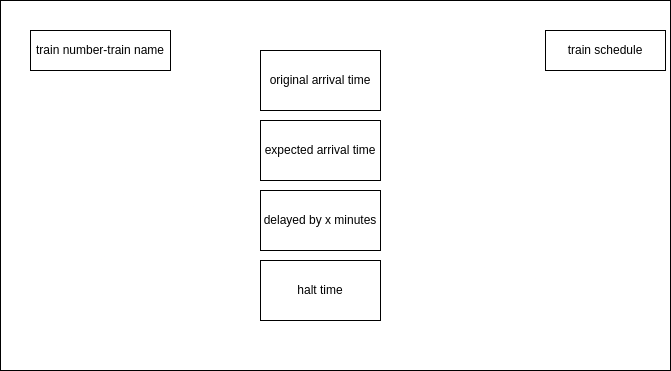
Earlier version of the draw.io export ArrivalTimePredictor.drawio.png (cdac-project-2025/project-diagrams). Source tidied: cells renumbered, new cells last; positions are measured from the earlier drawing's top-left corner, leaving out a move shared by most shapes. The source it was exported from:
```xml
<mxGraphModel>
  <root>
    <mxCell id="0" />
    <mxCell id="1" parent="0" />
    <mxCell id="2" style="rounded=0;whiteSpace=wrap;html=1;" parent="1" vertex="1">
      <mxGeometry width="670" height="370" as="geometry" />
    </mxCell>
    <mxCell id="3" value="expected arrival time" style="rounded=0;whiteSpace=wrap;html=1;" parent="1" vertex="1">
      <mxGeometry x="260" y="120" width="120" height="60" as="geometry" />
    </mxCell>
    <mxCell id="4" value="original arrival time" style="rounded=0;whiteSpace=wrap;html=1;" parent="1" vertex="1">
      <mxGeometry x="260" y="50" width="120" height="60" as="geometry" />
    </mxCell>
    <mxCell id="5" value="delayed by x minutes" style="rounded=0;whiteSpace=wrap;html=1;" parent="1" vertex="1">
      <mxGeometry x="260" y="190" width="120" height="60" as="geometry" />
    </mxCell>
    <mxCell id="6" value="halt time" style="rounded=0;whiteSpace=wrap;html=1;" parent="1" vertex="1">
      <mxGeometry x="260" y="260" width="120" height="60" as="geometry" />
    </mxCell>
    <mxCell id="7" value="train number-train name" style="rounded=0;whiteSpace=wrap;html=1;" parent="1" vertex="1">
      <mxGeometry x="30" y="30" width="140" height="40" as="geometry" />
    </mxCell>
    <mxCell id="8" value="train schedule" style="rounded=0;whiteSpace=wrap;html=1;" parent="1" vertex="1">
      <mxGeometry x="545" y="30" width="120" height="40" as="geometry" />
    </mxCell>
  </root>
</mxGraphModel>
```
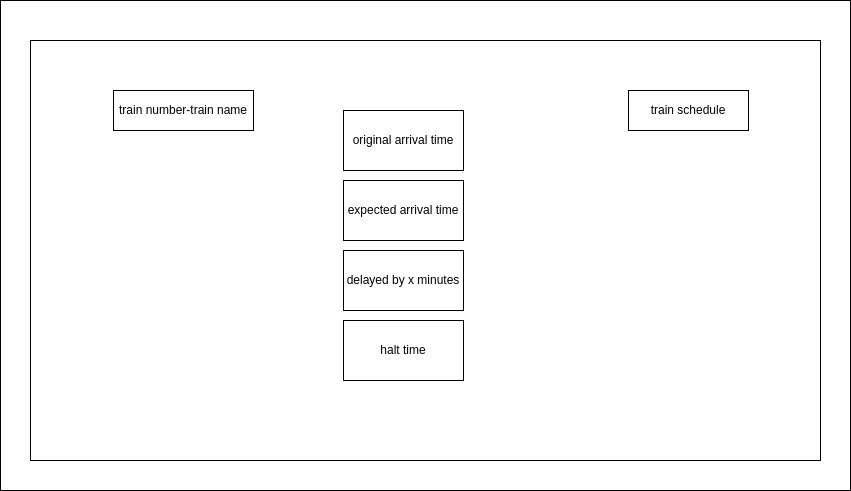
Later version of the same file.

Change to the diagram source:
```diff
@@ -3,8 +3,11 @@
     <mxCell id="0" />
     <mxCell id="1" parent="0" />
     <mxCell id="2" style="rounded=0;whiteSpace=wrap;html=1;" parent="1" vertex="1">
-      <mxGeometry width="670" height="370" as="geometry" />
+      <mxGeometry x="-83" y="-60" width="850" height="490" as="geometry" />
     </mxCell>
+    <mxCell id="9" style="rounded=0;" parent="1" vertex="1">
+      <mxGeometry x="-53" y="-20" width="790" height="420" as="geometry" />
+    </mxCell>
     <mxCell id="3" value="expected arrival time" style="rounded=0;whiteSpace=wrap;html=1;" parent="1" vertex="1">
       <mxGeometry x="260" y="120" width="120" height="60" as="geometry" />
     </mxCell>
```
